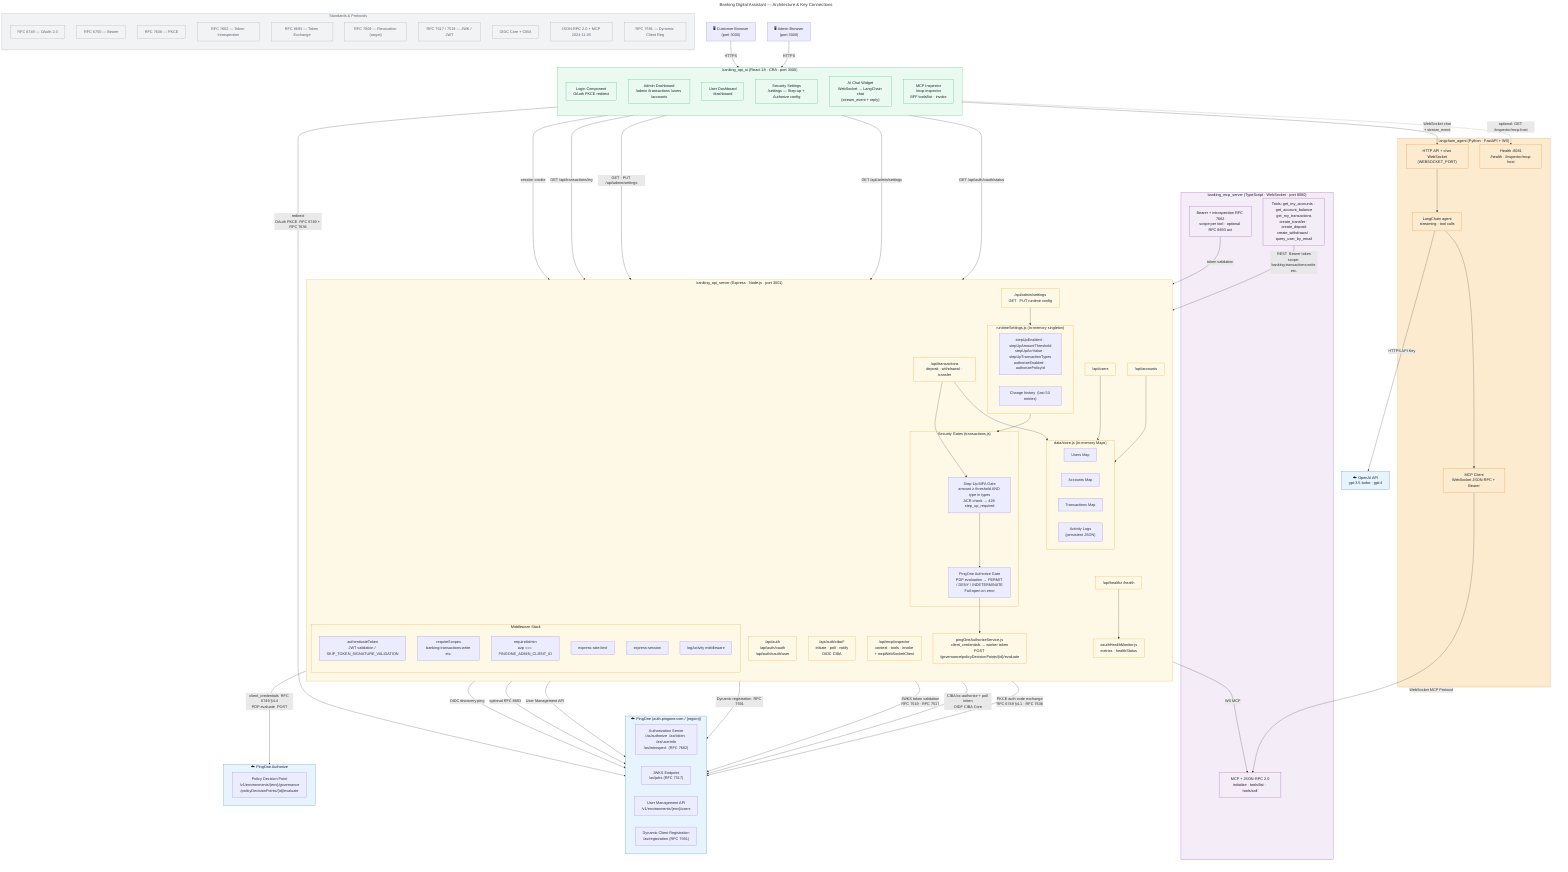
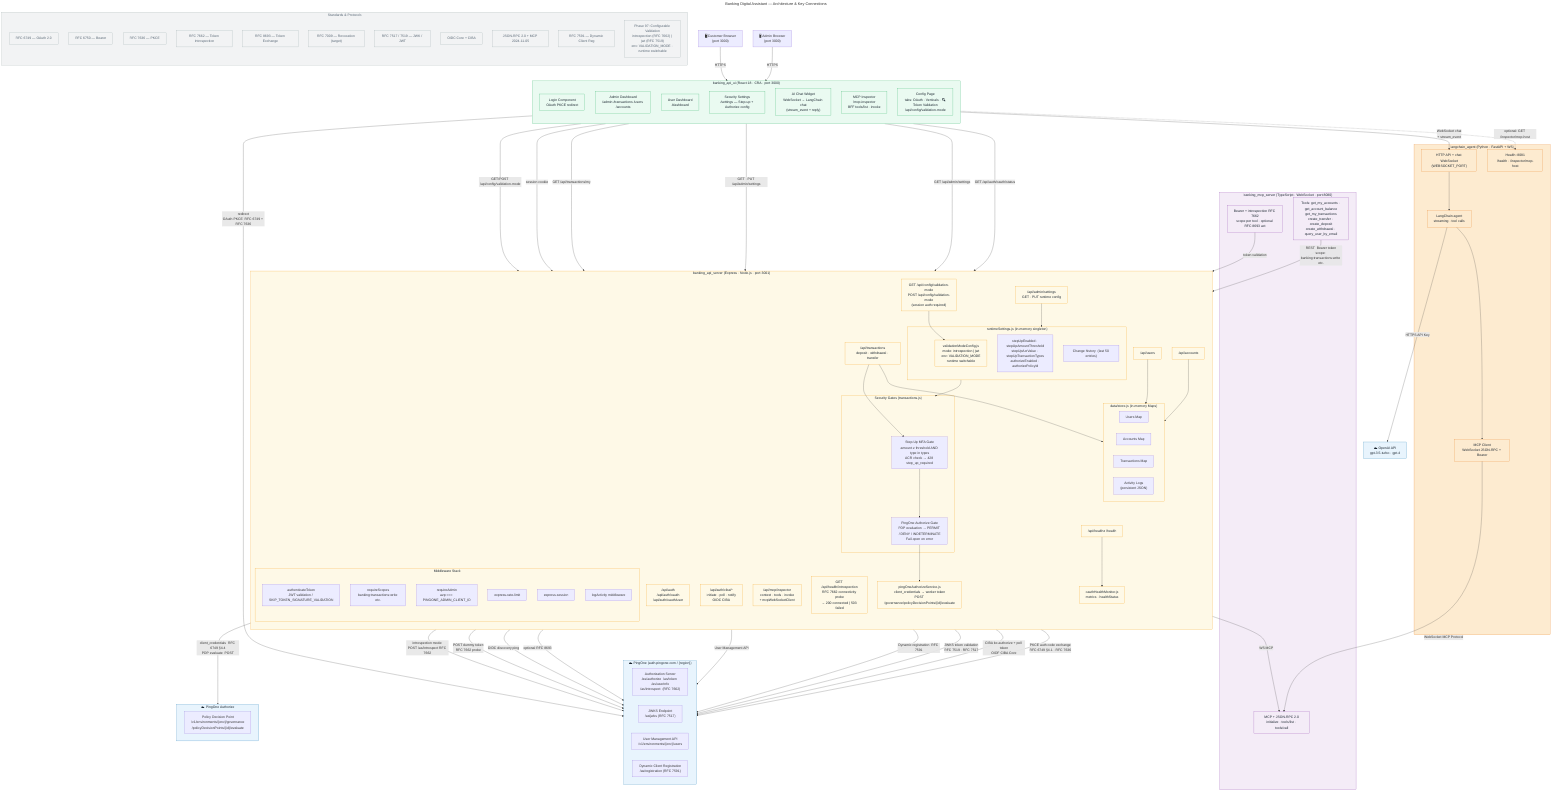
---
title: Banking Digital Assistant — Architecture & Key Connections
---
flowchart TB
    %% ── External Users ────────────────────────────────────────────────────────
    AdminBrowser["🖥️ Admin Browser\n(port 3000)"]
    CustomerBrowser["🖥️ Customer Browser\n(port 3000)"]

    %% ── Frontend ──────────────────────────────────────────────────────────────
    subgraph UI["banking_api_ui  (React 18 · CRA · port 3000)"]
        direction TB
        Login["Login Component\nOAuth PKCE redirect"]
        Dashboard["Admin Dashboard\n/admin /transactions /users /accounts"]
        UserDash["User Dashboard\n/dashboard"]
        SecuritySettings["Security Settings\n/settings — Step-up + Authorize config"]
        ChatWidget["AI Chat Widget\nWebSocket → LangChain chat\n(stream_event + reply)"]
        McpInspector["MCP Inspector\n/mcp-inspector\nBFF tools/list · invoke"]
+         ConfigPage["Config Page\ntabs: OAuth · Verticals · 🔍 Token Validation\n/api/config/validation-mode"]
    end

    %% ── API Server ────────────────────────────────────────────────────────────
    subgraph API["banking_api_server  (Express · Node.js · port 3001)"]
        direction TB
        AuthRoutes["/api/auth\n/api/auth/oauth\n/api/auth/oauth/user"]
        CibaRoutes["/api/auth/ciba/*\ninitiate · poll · notify\nOIDC CIBA"]
        McpInspectorRoutes["/api/mcp/inspector\ncontext · tools · invoke\n+ mcpWebSocketClient"]
        TxRoutes["/api/transactions\ndeposit · withdrawal · transfer"]
        AdminRoutes["/api/admin/settings\nGET · PUT runtime config"]
        UserRoutes["/api/users"]
        AccountRoutes["/api/accounts"]
        Health["/api/healthz  /health"]
+         ValidationRoutes["GET /api/config/validation-mode
+ POST /api/config/validation-mode
+ (session auth required)"]
+         IntrospectionHealth["GET /api/health/introspection
+ RFC 7662 connectivity probe
+ → 200 connected | 503 failed"]

        subgraph Middleware["Middleware Stack"]
            AuthMW["authenticateToken\nJWT validation / SKIP_TOKEN_SIGNATURE_VALIDATION"]
            ScopeMW["requireScopes\nbanking:transactions:write etc."]
            AdminMW["requireAdmin\nazp === PINGONE_ADMIN_CLIENT_ID"]
            RateLimiter["express-rate-limit"]
            Session["express-session"]
            ActivityLog["logActivity middleware"]
        end

        subgraph Gates["Security Gates  (transactions.js)"]
            StepUpGate["Step-Up MFA Gate\namount ≥ threshold AND type in types\nACR check → 428 step_up_required"]
            AuthorizeGate["PingOne Authorize Gate\nPDP evaluation → PERMIT / DENY / INDETERMINATE\nFail-open on error"]
        end

        subgraph RuntimeSettings["runtimeSettings.js  (in-memory singleton)"]
+             ValidationMode["validationModeConfig.js
+ mode: introspection | jwt
+ env: VALIDATION_MODE
+ runtime switchable"]
            RSFields["stepUpEnabled · stepUpAmountThreshold\nstepUpAcrValue · stepUpTransactionTypes\nauthorizeEnabled · authorizePolicyId"]
            RSHistory["Change history  (last 50 entries)"]
        end

        subgraph DataStore["data/store.js  (in-memory Maps)"]
            Users["Users Map"]
            Accounts["Accounts Map"]
            Transactions["Transactions Map"]
            ActivityLogs["Activity Logs\n(persistent JSON)"]
        end

        AuthorizeService["pingOneAuthorizeService.js\nclient_credentials → worker token\nPOST /governance/policyDecisionPoints/{id}/evaluate"]
        OAuthMonitor["oauthHealthMonitor.js\nmetrics · healthStatus"]
    end

    %% ── MCP Server ────────────────────────────────────────────────────────────
    subgraph MCP["banking_mcp_server  (TypeScript · WebSocket · port 8080)"]
        MCPProtocol["MCP + JSON-RPC 2.0\ninitialize · tools/list · tools/call"]
        MCPTools["Tools: get_my_accounts · get_account_balance\nget_my_transactions\ncreate_transfer · create_deposit\ncreate_withdrawal · query_user_by_email"]
        MCPAuth["Bearer + introspection RFC 7662\nscope per tool · optional RFC 8693 act"]
    end

    %% ── LangChain Agent ───────────────────────────────────────────────────────
    subgraph Agent["langchain_agent  (Python · FastAPI + WS)"]
        FastAPI["HTTP API + chat WebSocket\n(WEBSOCKET_PORT)"]
        HealthInsp["Health :8081\n/health · /inspector/mcp-host"]
        LangChain["LangChain agent\nstreaming · tool calls"]
        MCPClientPy["MCP Client\nWebSocket JSON-RPC + Bearer"]
    end

    %% ── External Services ─────────────────────────────────────────────────────
    subgraph PingOneCloud["☁️ PingOne  (auth.pingone.com / {region})"]
        direction LR
        OIDC_AS["Authorization Server\n/as/authorize  /as/token  /as/userinfo\n/as/introspect  (RFC 7662)"]
        JWKS["JWKS Endpoint\n/as/jwks  (RFC 7517)"]
        UserMgmt["User Management API\n/v1/environments/{env}/users"]
        AppRegistration["Dynamic Client Registration\n/as/registration  (RFC 7591)"]
    end

    subgraph PingOneAuthorize["☁️ PingOne Authorize"]
        PDP["Policy Decision Point\n/v1/environments/{env}/governance\n/policyDecisionPoints/{id}/evaluate"]
    end

    OpenAI["☁️ OpenAI API\ngpt-3.5-turbo · gpt-4"]

    %% ── Connections: Browser → UI ──────────────────────────────────────────────
    AdminBrowser -->|"HTTPS"| UI
    CustomerBrowser -->|"HTTPS"| UI

    %% ── Connections: UI → API (proxied via CRA proxy :3001) ───────────────────
    Login -->|"redirect\nOAuth PKCE  RFC 6749 + RFC 7636"| OIDC_AS
    Login -->|"GET /api/auth/oauth/status"| AuthRoutes
    Dashboard -->|"GET /api/admin/settings"| AdminRoutes
    SecuritySettings -->|"GET · PUT /api/admin/settings"| AdminRoutes
    UserDash -->|"GET /api/transactions/my"| TxRoutes
    ChatWidget -->|"WebSocket chat\n+ stream_event"| FastAPI

    McpInspector -->|"session cookie"| McpInspectorRoutes
    McpInspector -.->|"optional: GET /inspector/mcp-host"| HealthInsp

    %% ── Connections: API ↔ PingOne ────────────────────────────────────────────
    AuthRoutes -->|"PKCE auth code exchange\nRFC 6749 §4.1 · RFC 7636"| OIDC_AS
    CibaRoutes -->|"CIBA bc-authorize + poll token\nOIDF CIBA Core"| OIDC_AS
    AuthMW -->|"JWKS token validation\nRFC 7519 · RFC 7517"| JWKS
    AuthorizeService -->|"client_credentials  RFC 6749 §4.4\nPDP evaluate  POST"| PingOneAuthorize
    AuthRoutes -->|"Dynamic registration  RFC 7591"| AppRegistration
    AdminRoutes -->|"User Management API"| UserMgmt
    McpInspectorRoutes -->|"optional RFC 8693"| OIDC_AS
    McpInspectorRoutes -->|"WS MCP"| MCPProtocol

    %% ── Connections: Gates → Services ─────────────────────────────────────────
    TxRoutes --> StepUpGate
    StepUpGate --> AuthorizeGate
    AuthorizeGate --> AuthorizeService
    AdminRoutes --> RuntimeSettings
    RuntimeSettings --> Gates

    %% ── Connections: API → DataStore ──────────────────────────────────────────
    TxRoutes --> DataStore
    UserRoutes --> DataStore
    AccountRoutes --> DataStore

    %% ── Connections: MCP → API ────────────────────────────────────────────────
    MCPTools -->|"REST  Bearer token\nscope: banking:transactions:write etc."| TxRoutes
    MCPAuth -->|"token validation"| AuthMW
    MCPClientPy -->|"WebSocket  MCP Protocol"| MCPProtocol

    %% ── Connections: Agent → MCP + OpenAI ─────────────────────────────────────
    LangChain --> MCPClientPy
    LangChain -->|"HTTPS  API Key"| OpenAI
    FastAPI --> LangChain

    %% ── Connections: OAuthMonitor ─────────────────────────────────────────────
    OAuthMonitor -->|"OIDC discovery ping"| OIDC_AS
    Health --> OAuthMonitor

+     %% ── Connections: Token Validation Config ─────────────────────────────────
+     ConfigPage -->|"GET/POST /api/config/validation-mode"| ValidationRoutes
+     ValidationRoutes --> ValidationMode
+     IntrospectionHealth -->|"POST dummy token
+ RFC 7662 probe"| OIDC_AS
+     AuthMW -->|"introspection mode:
+ POST /as/introspect RFC 7662"| OIDC_AS
+ 
    %% ── Standards Legend ──────────────────────────────────────────────────────
    subgraph Standards["Standards & Protocols"]
        direction TB
        S1["RFC 6749 — OAuth 2.0"]
        S2["RFC 6750 — Bearer"]
        S3["RFC 7636 — PKCE"]
        S4["RFC 7662 — Token Introspection"]
        S5["RFC 8693 — Token Exchange"]
        S6["RFC 7009 — Revocation (target)"]
        S7["RFC 7517 / 7519 — JWK / JWT"]
        S8["OIDC Core + CIBA"]
        S9["JSON-RPC 2.0 + MCP 2024-11-05"]
        S10["RFC 7591 — Dynamic Client Reg"]
+         S11["Phase 97: Configurable Validation
+ introspection (RFC 7662) | jwt (RFC 7519)
+ env: VALIDATION_MODE · runtime switchable"]
    end

    %% ── Styling ───────────────────────────────────────────────────────────────
    classDef external fill:#e8f4fd,stroke:#2980b9,color:#1a252f
    classDef frontend fill:#eafaf1,stroke:#27ae60,color:#1a252f
    classDef backend fill:#fef9e7,stroke:#f39c12,color:#1a252f
    classDef mcp fill:#f4ecf7,stroke:#8e44ad,color:#1a252f
    classDef agent fill:#fdebd0,stroke:#e67e22,color:#1a252f
    classDef standard fill:#f2f3f4,stroke:#95a5a6,color:#566573

    class PingOneCloud,PingOneAuthorize,OpenAI external
-     class UI,Login,Dashboard,UserDash,SecuritySettings,ChatWidget,McpInspector frontend
-     class API,AuthRoutes,CibaRoutes,McpInspectorRoutes,TxRoutes,AdminRoutes,UserRoutes,AccountRoutes,Health,Middleware,Gates,RuntimeSettings,DataStore,AuthorizeService,OAuthMonitor backend
+     class UI,Login,Dashboard,UserDash,SecuritySettings,ChatWidget,McpInspector,ConfigPage frontend
+     class API,AuthRoutes,CibaRoutes,McpInspectorRoutes,TxRoutes,AdminRoutes,UserRoutes,AccountRoutes,Health,Middleware,Gates,RuntimeSettings,DataStore,AuthorizeService,OAuthMonitor,ValidationMode,ValidationRoutes,IntrospectionHealth backend
    class MCP,MCPProtocol,MCPTools,MCPAuth mcp
    class Agent,FastAPI,HealthInsp,LangChain,MCPClientPy agent
-     class Standards,S1,S2,S3,S4,S5,S6,S7,S8,S9,S10 standard
+     class Standards,S1,S2,S3,S4,S5,S6,S7,S8,S9,S10,S11 standard
